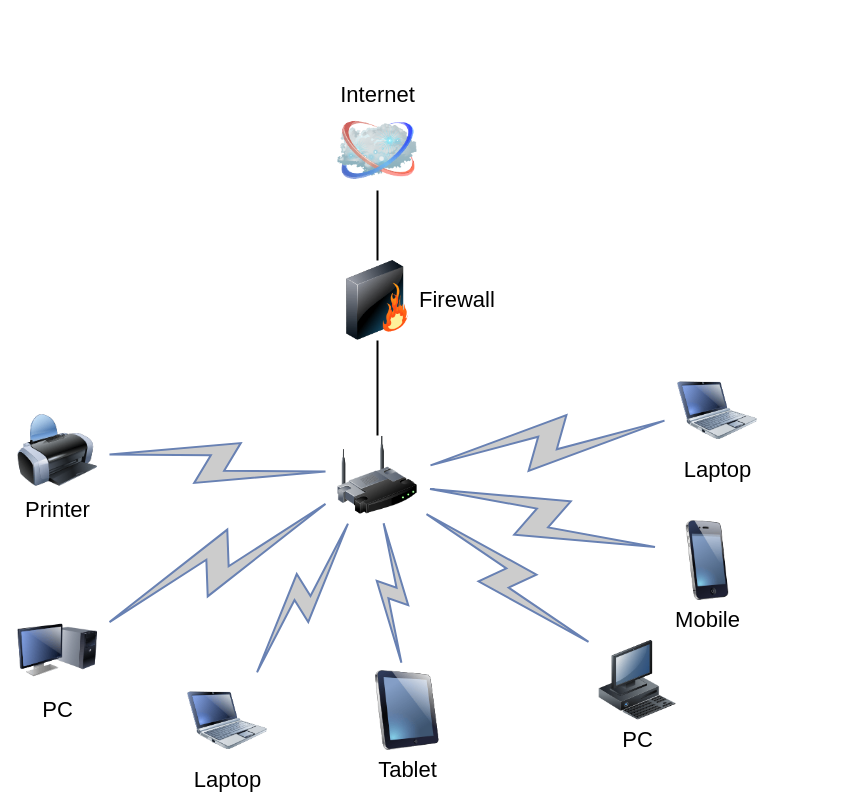
The draw.io diagram HDL V1.drawio in AndresCP04/MAQUETA, before the edit. Source tidied: cells renumbered, new cells numbered last; positions are measured from the earlier drawing's top-left corner, leaving out a move shared by most shapes. Both pictures are drawn from the tidied source at 100%, with x=0, y=0 at pixel (17, 110).
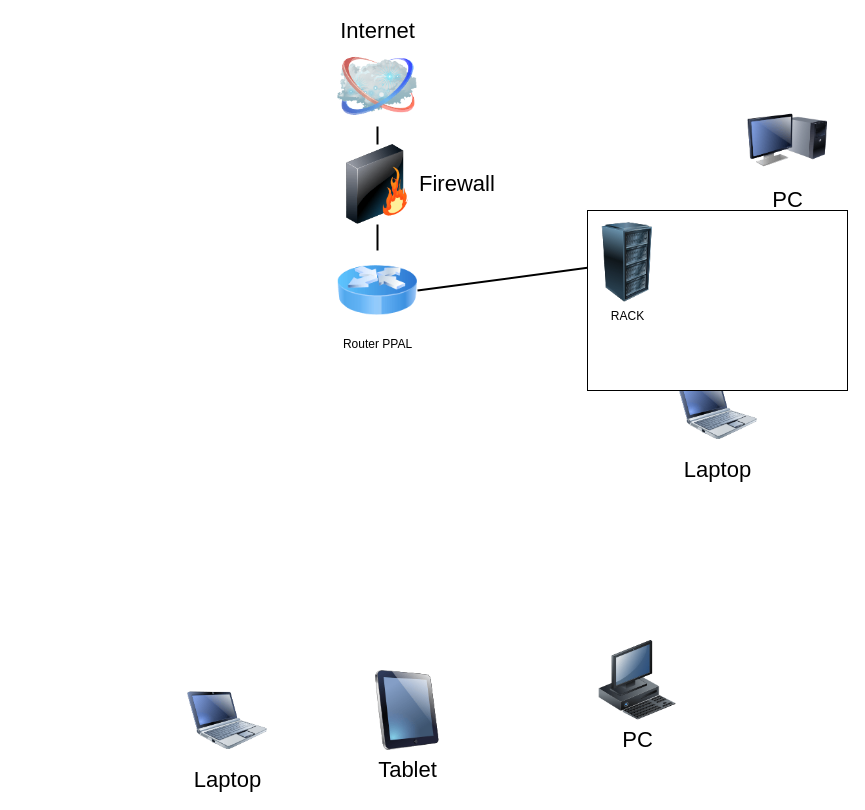
After the change.

Unchanged cells that the change refers to:
```xml
<mxCell id="7" value="Tablet" style="image;html=1;labelBackgroundColor=#ffffff;image=img/lib/clip_art/computers/iPad_128x128.png;rounded=1;shadow=0;comic=0;strokeWidth=2;fontSize=22;" parent="1" vertex="1">
  <mxGeometry x="350" y="560" width="80" height="80" as="geometry" />
</mxCell>
<mxCell id="10" value="PC" style="image;html=1;labelBackgroundColor=#ffffff;image=img/lib/clip_art/computers/Workstation_128x128.png;rounded=1;shadow=0;comic=0;strokeWidth=2;fontSize=22;" parent="1" vertex="1">
  <mxGeometry x="580" y="530" width="80" height="80" as="geometry" />
</mxCell>
<mxCell id="12" value="Laptop" style="image;html=1;labelBackgroundColor=#ffffff;image=img/lib/clip_art/computers/Netbook_128x128.png;rounded=1;shadow=0;comic=0;strokeColor=#000000;strokeWidth=2;fillColor=#FFFFFF;fontSize=22;fontColor=#000000;" parent="1" vertex="1">
  <mxGeometry x="660" y="260" width="80" height="80" as="geometry" />
</mxCell>
<mxCell id="13" value="Laptop" style="image;html=1;labelBackgroundColor=#ffffff;image=img/lib/clip_art/computers/Netbook_128x128.png;rounded=1;shadow=0;comic=0;strokeWidth=2;fontSize=22;" parent="1" vertex="1">
  <mxGeometry x="170" y="570" width="80" height="80" as="geometry" />
</mxCell>
```

What changed in the source:
```diff
@@
-    <mxCell id="2" style="edgeStyle=none;rounded=0;html=1;labelBackgroundColor=none;endArrow=none;strokeWidth=2;fontFamily=Verdana;fontSize=22;" parent="1" edge="1" source="3" target="6">
+    <mxCell id="2" style="edgeStyle=none;rounded=0;html=1;labelBackgroundColor=none;endArrow=none;strokeWidth=2;fontFamily=Verdana;fontSize=22;" parent="1" edge="1" source="21" target="6">
       <mxGeometry relative="1" as="geometry" />
     </mxCell>
-    <mxCell id="3" style="image;html=1;labelBackgroundColor=#ffffff;image=img/lib/clip_art/networking/Wireless_Router_128x128.png;rounded=1;shadow=0;comic=0;strokeWidth=2;fontSize=22;" parent="1" vertex="1">
-      <mxGeometry x="320" y="325" width="80" height="80" as="geometry" />
-    </mxCell>
     <mxCell id="4" value="Internet" style="image;html=1;labelBackgroundColor=#ffffff;image=img/lib/clip_art/networking/Cloud_128x128.png;rounded=1;shadow=0;comic=0;strokeWidth=2;fontSize=22;labelPosition=center;verticalLabelPosition=top;align=center;verticalAlign=bottom;" parent="1" vertex="1">
-      <mxGeometry x="320" width="80" height="80" as="geometry" />
+      <mxGeometry x="320" y="-64" width="80" height="80" as="geometry" />
     </mxCell>
@@
     <mxCell id="6" value="Firewall" style="image;html=1;labelBackgroundColor=#ffffff;image=img/lib/clip_art/networking/Firewall_128x128.png;rounded=1;shadow=0;comic=0;strokeWidth=2;fontSize=22;labelPosition=right;verticalLabelPosition=middle;align=left;verticalAlign=middle;" parent="1" vertex="1">
-      <mxGeometry x="320" y="150" width="80" height="80" as="geometry" />
+      <mxGeometry x="320" y="34" width="80" height="80" as="geometry" />
     </mxCell>
@@
     <mxCell id="8" value="PC" style="image;html=1;labelBackgroundColor=#ffffff;image=img/lib/clip_art/computers/Monitor_Tower_128x128.png;rounded=1;shadow=0;comic=0;strokeWidth=2;fontSize=22;" parent="1" vertex="1">
-      <mxGeometry y="500" width="80" height="80" as="geometry" />
+      <mxGeometry x="730" y="-10" width="80" height="80" as="geometry" />
     </mxCell>
-    <mxCell id="9" value="Printer" style="image;html=1;labelBackgroundColor=#ffffff;image=img/lib/clip_art/computers/Printer_128x128.png;rounded=1;shadow=0;comic=0;strokeWidth=2;fontSize=22;" parent="1" vertex="1">
-      <mxGeometry y="300" width="80" height="80" as="geometry" />
-    </mxCell>
@@
-    <mxCell id="11" value="Mobile" style="image;html=1;labelBackgroundColor=#ffffff;image=img/lib/clip_art/telecommunication/iPhone_128x128.png;rounded=1;shadow=0;comic=0;strokeWidth=2;fontSize=22;" parent="1" vertex="1">
-      <mxGeometry x="650" y="410" width="80" height="80" as="geometry" />
-    </mxCell>
@@
-    <mxCell id="14" style="html=1;fillColor=#CCCCCC;strokeColor=#6881B3;gradientColor=none;gradientDirection=north;strokeWidth=2;shape=mxgraph.networks.comm_link_edge;html=1;labelBackgroundColor=none;endArrow=none;fontFamily=Verdana;fontSize=22;fontColor=#000000;" parent="1" edge="1" source="9" target="3">
-      <mxGeometry relative="1" as="geometry" />
-    </mxCell>
-    <mxCell id="15" style="html=1;fillColor=#CCCCCC;strokeColor=#6881B3;gradientColor=none;gradientDirection=north;strokeWidth=2;shape=mxgraph.networks.comm_link_edge;html=1;labelBackgroundColor=none;endArrow=none;fontFamily=Verdana;fontSize=22;fontColor=#000000;fontStyle=1;" parent="1" edge="1" source="8" target="3">
-      <mxGeometry relative="1" as="geometry" />
-    </mxCell>
-    <mxCell id="16" style="html=1;fillColor=#CCCCCC;strokeColor=#6881B3;gradientColor=none;gradientDirection=north;strokeWidth=2;shape=mxgraph.networks.comm_link_edge;html=1;labelBackgroundColor=none;endArrow=none;fontFamily=Verdana;fontSize=22;fontColor=#000000;" parent="1" edge="1" source="13" target="3">
-      <mxGeometry relative="1" as="geometry" />
-    </mxCell>
-    <mxCell id="17" style="html=1;fillColor=#CCCCCC;strokeColor=#6881B3;gradientColor=none;gradientDirection=north;strokeWidth=2;shape=mxgraph.networks.comm_link_edge;html=1;labelBackgroundColor=none;endArrow=none;fontFamily=Verdana;fontSize=22;fontColor=#000000;" parent="1" edge="1" source="7" target="3">
-      <mxGeometry relative="1" as="geometry" />
-    </mxCell>
-    <mxCell id="18" style="html=1;fillColor=#CCCCCC;strokeColor=#6881B3;gradientColor=none;gradientDirection=north;strokeWidth=2;shape=mxgraph.networks.comm_link_edge;html=1;labelBackgroundColor=none;endArrow=none;fontFamily=Verdana;fontSize=22;fontColor=#000000;" parent="1" edge="1" source="10" target="3">
-      <mxGeometry relative="1" as="geometry" />
-    </mxCell>
-    <mxCell id="19" style="html=1;fillColor=#CCCCCC;strokeColor=#6881B3;gradientColor=none;gradientDirection=north;strokeWidth=2;shape=mxgraph.networks.comm_link_edge;html=1;labelBackgroundColor=none;endArrow=none;fontFamily=Verdana;fontSize=22;fontColor=#000000;" parent="1" edge="1" source="11" target="3">
-      <mxGeometry relative="1" as="geometry" />
-    </mxCell>
-    <mxCell id="20" style="html=1;fillColor=#CCCCCC;strokeColor=#6881B3;gradientColor=none;gradientDirection=north;strokeWidth=2;shape=mxgraph.networks.comm_link_edge;html=1;labelBackgroundColor=none;endArrow=none;fontFamily=Verdana;fontSize=22;fontColor=#000000;" parent="1" edge="1" source="12" target="3">
-      <mxGeometry relative="1" as="geometry" />
-    </mxCell>
+    <mxCell id="21" value="Router PPAL" style="image;html=1;image=img/lib/clip_art/networking/Router_Icon_128x128.png;" parent="1" vertex="1">
+      <mxGeometry x="320" y="140" width="80" height="80" as="geometry" />
+    </mxCell>
+    <mxCell id="22" style="whiteSpace=wrap;html=1;" parent="1" vertex="1">
+      <mxGeometry x="570" y="100" width="260" height="180" as="geometry" />
+    </mxCell>
+    <mxCell id="23" value="RACK" style="image;html=1;image=img/lib/clip_art/computers/Server_Rack_128x128.png;" parent="1" vertex="1">
+      <mxGeometry x="570" y="112" width="80" height="80" as="geometry" />
+    </mxCell>
+    <mxCell id="24" style="edgeStyle=none;rounded=0;html=1;labelBackgroundColor=none;endArrow=none;strokeWidth=2;fontFamily=Verdana;fontSize=22;exitX=1;exitY=0.5;exitDx=0;exitDy=0;" parent="1" edge="1" source="21" target="23">
+      <mxGeometry relative="1" as="geometry" />
+    </mxCell>
```
